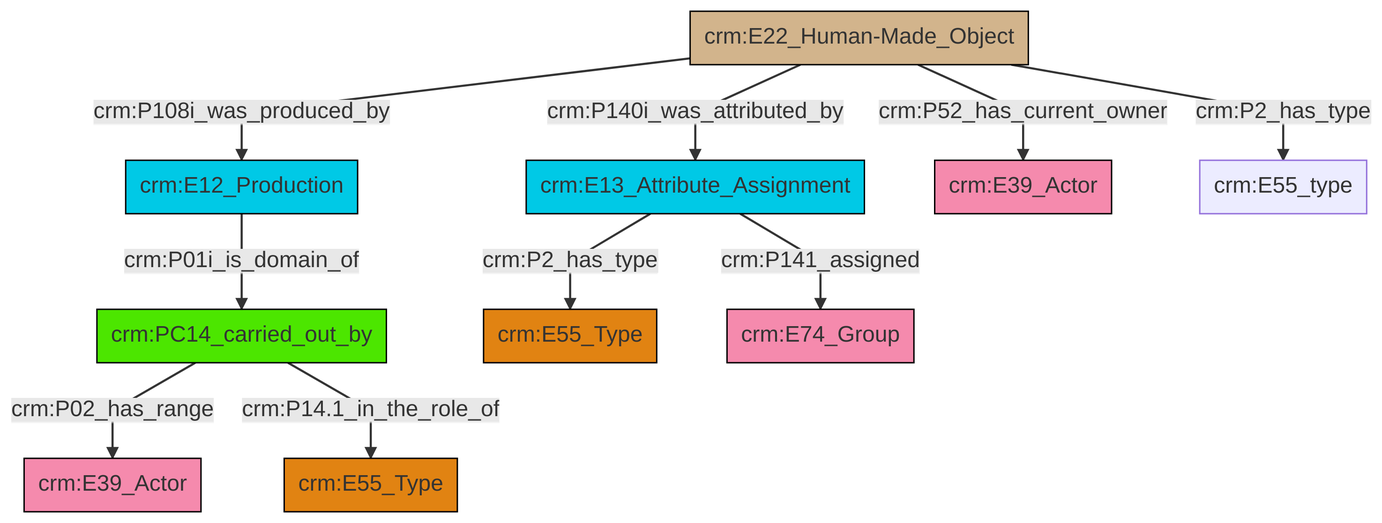
Earlier version of the Mermaid export et/builtWorkCSV/ttl/mmd/png/Built_Work_actor_relations.png (swiss-art-research-net/docs.swissartresearch). Its source is kept beside it as et/builtWorkCSV/ttl/mmd/Built_Work_actor_relations.ttl.mmd.
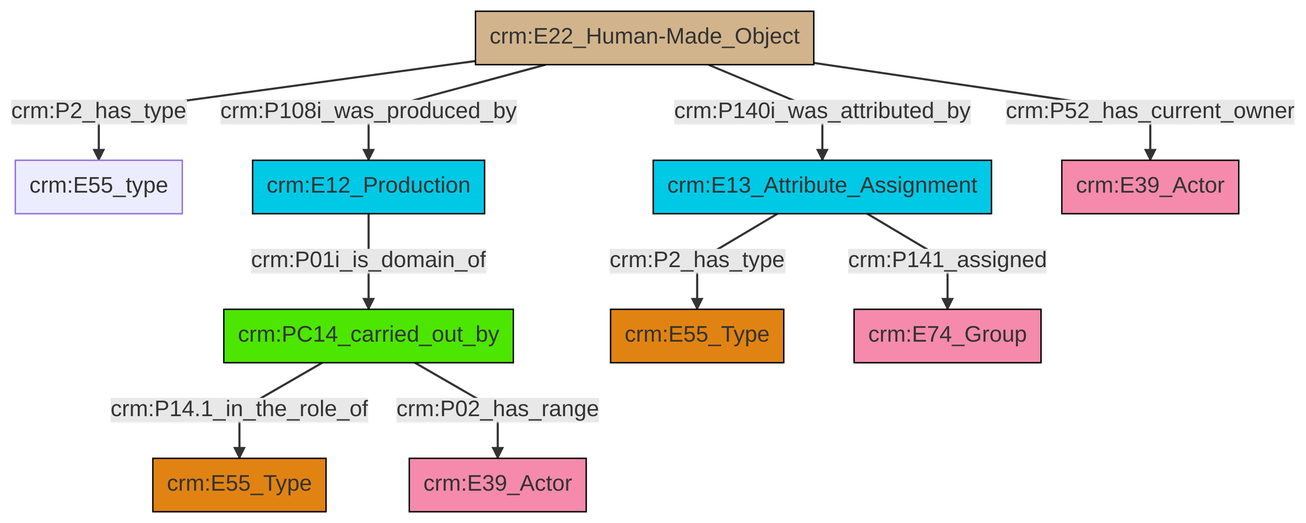
Above is the later version.

The edit, as a diff of the source:
```diff
@@ -13,12 +13,12 @@
 classDef PC_Classes fill:#4ce600, stroke:#000000;
 classDef Multi fill:#cccccc,stroke:#000000;
 
-0["crm:E12_Production"]:::Temporal_Entity -->|crm:P01i_is_domain_of| 1["crm:PC14_carried_out_by"]:::PC_Classes
-1["crm:PC14_carried_out_by"]:::PC_Classes -->|crm:P02_has_range| 6["crm:E39_Actor"]:::Actor
-1["crm:PC14_carried_out_by"]:::PC_Classes -->|crm:P14.1_in_the_role_of| 16["crm:E55_Type"]:::Type
-2["crm:E13_Attribute_Assignment"]:::Temporal_Entity -->|crm:P2_has_type| 4["crm:E55_Type"]:::Type
-7["crm:E22_Human-Made_Object"]:::Physical_Thing -->|crm:P140i_was_attributed_by| 2["crm:E13_Attribute_Assignment"]:::Temporal_Entity
-2["crm:E13_Attribute_Assignment"]:::Temporal_Entity -->|crm:P141_assigned| 13["crm:E74_Group"]:::Actor
-7["crm:E22_Human-Made_Object"]:::Physical_Thing -->|crm:P108i_was_produced_by| 0["crm:E12_Production"]:::Temporal_Entity
-7["crm:E22_Human-Made_Object"]:::Physical_Thing -->|crm:P2_has_type| 18["crm:E55_type"]:::Default
-7["crm:E22_Human-Made_Object"]:::Physical_Thing -->|crm:P52_has_current_owner| 10["crm:E39_Actor"]:::Actor
+2["crm:PC14_carried_out_by"]:::PC_Classes -->|crm:P14.1_in_the_role_of| 3["crm:E55_Type"]:::Type
+4["crm:E13_Attribute_Assignment"]:::Temporal_Entity -->|crm:P2_has_type| 5["crm:E55_Type"]:::Type
+6["crm:E12_Production"]:::Temporal_Entity -->|crm:P01i_is_domain_of| 2["crm:PC14_carried_out_by"]:::PC_Classes
+4["crm:E13_Attribute_Assignment"]:::Temporal_Entity -->|crm:P141_assigned| 7["crm:E74_Group"]:::Actor
+2["crm:PC14_carried_out_by"]:::PC_Classes -->|crm:P02_has_range| 9["crm:E39_Actor"]:::Actor
+10["crm:E22_Human-Made_Object"]:::Physical_Thing -->|crm:P2_has_type| 0["crm:E55_type"]:::Default
+10["crm:E22_Human-Made_Object"]:::Physical_Thing -->|crm:P108i_was_produced_by| 6["crm:E12_Production"]:::Temporal_Entity
+10["crm:E22_Human-Made_Object"]:::Physical_Thing -->|crm:P140i_was_attributed_by| 4["crm:E13_Attribute_Assignment"]:::Temporal_Entity
+10["crm:E22_Human-Made_Object"]:::Physical_Thing -->|crm:P52_has_current_owner| 11["crm:E39_Actor"]:::Actor
```
